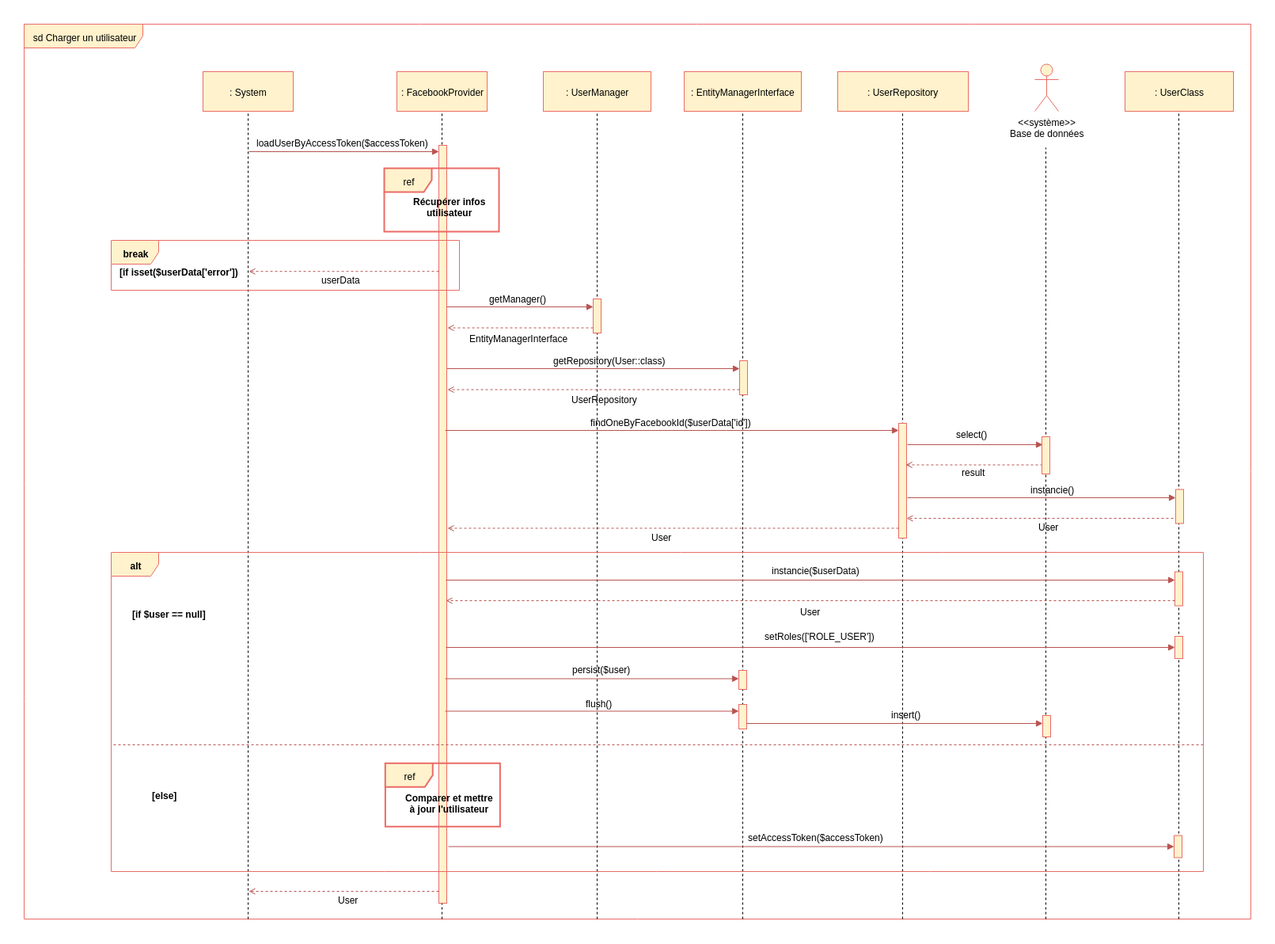
Earlier version of the draw.io export frontend/Diagrammes/Charger_un_utilisateur.png (Thibok/Bilemo). Source tidied: cells renumbered, new cells last; positions are measured from the earlier drawing's top-left corner, leaving out a move shared by most shapes.
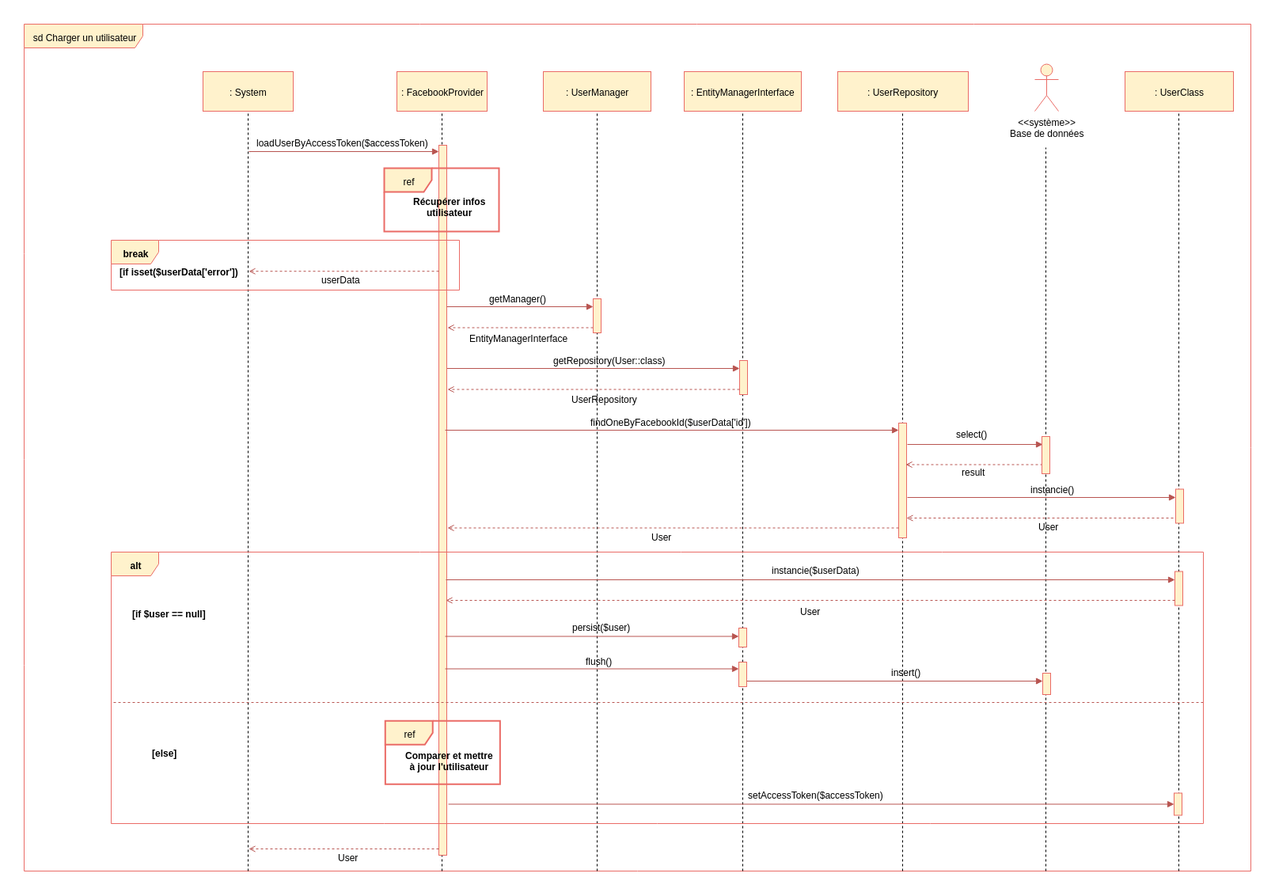
Above is the later version.

The edit, as a diff of the source:
```diff
@@ -3,7 +3,7 @@
     <mxCell id="0" />
     <mxCell id="1" parent="0" />
     <mxCell id="2" value="sd Charger un utilisateur&lt;br&gt;" style="shape=umlFrame;whiteSpace=wrap;html=1;width=150;height=30;fillColor=#fff2cc;strokeColor=#EA6B66;" parent="1" vertex="1">
-      <mxGeometry width="1550" height="1130" as="geometry" />
+      <mxGeometry width="1550" height="1070" as="geometry" />
     </mxCell>
     <mxCell id="3" style="endArrow=block;html=1;endFill=1;fillColor=#f8cecc;strokeColor=#b85450;entryX=0;entryY=0.372;entryPerimeter=0;entryDx=0;entryDy=0;" parent="1" edge="1">
       <mxGeometry relative="1" as="geometry">
@@ -13,7 +13,7 @@
     </mxCell>
     <mxCell id="4" style="endArrow=none;dashed=1;html=1;entryX=0.5;entryY=1;exitX=0.318;exitY=1.001;exitPerimeter=0;" parent="1" edge="1">
       <mxGeometry relative="1" as="geometry">
-        <mxPoint x="908" y="1130" as="sourcePoint" />
+        <mxPoint x="908" y="1070" as="sourcePoint" />
         <mxPoint x="908" y="99.8" as="targetPoint" />
       </mxGeometry>
     </mxCell>
@@ -25,31 +25,31 @@
     </mxCell>
     <mxCell id="6" style="endArrow=none;dashed=1;html=1;entryX=0.5;entryY=1;exitX=0.197;exitY=1.001;exitPerimeter=0;" parent="1" edge="1">
       <mxGeometry relative="1" as="geometry">
-        <mxPoint x="528" y="1130" as="sourcePoint" />
+        <mxPoint x="528" y="1070" as="sourcePoint" />
         <mxPoint x="528" y="106.3" as="targetPoint" />
       </mxGeometry>
     </mxCell>
     <mxCell id="7" style="endArrow=none;dashed=1;html=1;entryX=0.5;entryY=1;" parent="1" edge="1">
       <mxGeometry relative="1" as="geometry">
-        <mxPoint x="1459" y="1130" as="sourcePoint" />
+        <mxPoint x="1459" y="1070" as="sourcePoint" />
         <mxPoint x="1459" y="107.8" as="targetPoint" />
       </mxGeometry>
     </mxCell>
     <mxCell id="8" style="endArrow=none;dashed=1;html=1;entryX=0.5;entryY=1;exitX=0.318;exitY=1.001;exitPerimeter=0;" parent="1" edge="1">
       <mxGeometry relative="1" as="geometry">
-        <mxPoint x="724" y="1130" as="sourcePoint" />
+        <mxPoint x="724" y="1070" as="sourcePoint" />
         <mxPoint x="724" y="89.8" as="targetPoint" />
       </mxGeometry>
     </mxCell>
     <mxCell id="9" style="endArrow=none;dashed=1;html=1;entryX=0.5;entryY=1;exitX=0.379;exitY=1.001;exitPerimeter=0;" parent="1" edge="1">
       <mxGeometry relative="1" as="geometry">
-        <mxPoint x="1110" y="1130" as="sourcePoint" />
+        <mxPoint x="1110" y="1070" as="sourcePoint" />
         <mxPoint x="1110" y="87.8" as="targetPoint" />
       </mxGeometry>
     </mxCell>
     <mxCell id="10" style="endArrow=none;dashed=1;html=1;entryX=0.5;entryY=1;" parent="1" edge="1">
       <mxGeometry relative="1" as="geometry">
-        <mxPoint x="283" y="1130" as="sourcePoint" />
+        <mxPoint x="283" y="1070" as="sourcePoint" />
         <mxPoint x="283" y="102" as="targetPoint" />
       </mxGeometry>
     </mxCell>
@@ -57,7 +57,7 @@
       <mxGeometry x="471" y="60" width="114" height="50" as="geometry" />
     </mxCell>
     <mxCell id="12" style="html=1;perimeter=orthogonalPerimeter;fillColor=#fff2cc;strokeColor=#EA6B66;" parent="1" vertex="1">
-      <mxGeometry x="524" y="153" width="10" height="957" as="geometry" />
+      <mxGeometry x="524" y="153" width="10" height="897" as="geometry" />
     </mxCell>
     <mxCell id="13" value=": UserRepository" style="html=1;fillColor=#fff2cc;strokeColor=#EA6B66;" parent="1" vertex="1">
       <mxGeometry x="1028" y="60" width="165" height="50" as="geometry" />
@@ -73,7 +73,7 @@
     </mxCell>
     <mxCell id="16" style="endArrow=none;dashed=1;html=1;entryX=0.5;entryY=1;exitX=0.492;exitY=1.001;exitPerimeter=0;" parent="1" edge="1">
       <mxGeometry relative="1" as="geometry">
-        <mxPoint x="1291" y="1130" as="sourcePoint" />
+        <mxPoint x="1291" y="1070" as="sourcePoint" />
         <mxPoint x="1291" y="156" as="targetPoint" />
       </mxGeometry>
     </mxCell>
@@ -100,21 +100,21 @@
     </mxCell>
     <mxCell id="24" style="endArrow=block;html=1;endFill=1;fillColor=#f8cecc;strokeColor=#b85450;entryX=0.15;entryY=0.221;entryPerimeter=0;" parent="1" edge="1">
       <mxGeometry relative="1" as="geometry">
-        <mxPoint x="532" y="826.5" as="sourcePoint" />
-        <mxPoint x="903" y="826.5" as="targetPoint" />
+        <mxPoint x="532" y="773.5" as="sourcePoint" />
+        <mxPoint x="903" y="773.5" as="targetPoint" />
       </mxGeometry>
     </mxCell>
     <mxCell id="25" style="endArrow=open;html=1;endFill=0;fillColor=#f8cecc;strokeColor=#b85450;dashed=1;exitX=0.7;exitY=0.804;exitPerimeter=0;" parent="1" edge="1">
       <mxGeometry relative="1" as="geometry">
-        <mxPoint x="524" y="1095" as="sourcePoint" />
-        <mxPoint x="284" y="1095" as="targetPoint" />
+        <mxPoint x="524" y="1042" as="sourcePoint" />
+        <mxPoint x="284" y="1042" as="targetPoint" />
       </mxGeometry>
     </mxCell>
     <mxCell id="26" style="html=1;perimeter=orthogonalPerimeter;fillColor=#fff2cc;strokeColor=#EA6B66;" parent="1" vertex="1">
       <mxGeometry x="719" y="347" width="10" height="43" as="geometry" />
     </mxCell>
     <mxCell id="27" style="html=1;perimeter=orthogonalPerimeter;fillColor=#fff2cc;strokeColor=#EA6B66;" parent="1" vertex="1">
-      <mxGeometry x="1287" y="873" width="10" height="27" as="geometry" />
+      <mxGeometry x="1287" y="820" width="10" height="27" as="geometry" />
     </mxCell>
     <mxCell id="28" value="&amp;lt;&amp;lt;système&amp;gt;&amp;gt;&lt;br&gt;Base de données&lt;br&gt;" style="shape=umlActor;verticalLabelPosition=bottom;labelBackgroundColor=#ffffff;verticalAlign=top;html=1;fillColor=#fff2cc;strokeColor=#EA6B66;" parent="1" vertex="1">
       <mxGeometry x="1277" y="50" width="30" height="60" as="geometry" />
@@ -240,71 +240,59 @@
       <mxGeometry x="943.1" y="680.5" width="130" height="10" as="geometry" />
     </mxCell>
     <mxCell id="59" style="html=1;perimeter=orthogonalPerimeter;fillColor=#fff2cc;strokeColor=#EA6B66;" parent="1" vertex="1">
-      <mxGeometry x="903" y="816" width="10" height="24" as="geometry" />
+      <mxGeometry x="903" y="763" width="10" height="24" as="geometry" />
     </mxCell>
     <mxCell id="60" value="persist($user)" style="text;html=1;align=left;verticalAlign=top;spacingTop=-4;" parent="1" vertex="1">
-      <mxGeometry x="691" y="806" width="90" height="10" as="geometry" />
+      <mxGeometry x="691" y="753" width="90" height="10" as="geometry" />
     </mxCell>
     <mxCell id="61" style="endArrow=block;html=1;endFill=1;fillColor=#f8cecc;strokeColor=#b85450;entryX=0.15;entryY=0.221;entryPerimeter=0;" parent="1" edge="1">
       <mxGeometry relative="1" as="geometry">
-        <mxPoint x="532" y="867.5" as="sourcePoint" />
-        <mxPoint x="903" y="867.5" as="targetPoint" />
+        <mxPoint x="532" y="814.5" as="sourcePoint" />
+        <mxPoint x="903" y="814.5" as="targetPoint" />
       </mxGeometry>
     </mxCell>
     <mxCell id="62" style="html=1;perimeter=orthogonalPerimeter;fillColor=#fff2cc;strokeColor=#EA6B66;" parent="1" vertex="1">
-      <mxGeometry x="903" y="859" width="10" height="31" as="geometry" />
+      <mxGeometry x="903" y="806" width="10" height="31" as="geometry" />
     </mxCell>
     <mxCell id="63" value="flush()" style="text;html=1;align=left;verticalAlign=top;spacingTop=-4;" parent="1" vertex="1">
-      <mxGeometry x="708" y="848.5" width="50" height="10" as="geometry" />
+      <mxGeometry x="708" y="795.5" width="50" height="10" as="geometry" />
     </mxCell>
     <mxCell id="64" style="endArrow=block;html=1;endFill=1;fillColor=#f8cecc;strokeColor=#b85450;entryX=0.15;entryY=0.221;entryPerimeter=0;" parent="1" edge="1">
       <mxGeometry relative="1" as="geometry">
-        <mxPoint x="913" y="883" as="sourcePoint" />
-        <mxPoint x="1287" y="883" as="targetPoint" />
+        <mxPoint x="913" y="830" as="sourcePoint" />
+        <mxPoint x="1287" y="830" as="targetPoint" />
       </mxGeometry>
     </mxCell>
     <mxCell id="65" value="insert()" style="text;html=1;align=left;verticalAlign=top;spacingTop=-4;" parent="1" vertex="1">
-      <mxGeometry x="1094" y="863" width="50" height="20" as="geometry" />
+      <mxGeometry x="1094" y="810" width="50" height="20" as="geometry" />
     </mxCell>
     <mxCell id="66" style="endArrow=none;dashed=1;html=1;fillColor=#f8cecc;strokeColor=#b85450;exitX=1.002;exitY=0.401;exitDx=0;exitDy=0;exitPerimeter=0;entryX=-0.003;entryY=0.406;entryDx=0;entryDy=0;entryPerimeter=0;" parent="1" edge="1">
       <mxGeometry relative="1" as="geometry">
-        <mxPoint x="1490" y="910" as="sourcePoint" />
-        <mxPoint x="110" y="910" as="targetPoint" />
+        <mxPoint x="1490" y="857" as="sourcePoint" />
+        <mxPoint x="110" y="857" as="targetPoint" />
       </mxGeometry>
     </mxCell>
     <mxCell id="67" value="ref" style="shape=umlFrame;whiteSpace=wrap;html=1;fillColor=#fff2cc;strokeColor=#EA6B66;strokeWidth=2;" parent="1" vertex="1">
-      <mxGeometry x="456.4" y="933.2" width="145" height="80" as="geometry" />
+      <mxGeometry x="456.4" y="880.2" width="145" height="80" as="geometry" />
     </mxCell>
     <mxCell id="68" value="Comparer et mettre&lt;br&gt;à jour l'utilisateur&lt;br&gt;" style="text;html=1;align=center;verticalAlign=top;spacingTop=-4;fontStyle=1;" parent="1" vertex="1">
-      <mxGeometry x="477.4" y="968.2" width="120" height="30" as="geometry" />
+      <mxGeometry x="477.4" y="915.2" width="120" height="30" as="geometry" />
     </mxCell>
     <mxCell id="69" style="endArrow=block;html=1;endFill=1;fillColor=#f8cecc;strokeColor=#b85450;entryX=0.15;entryY=0.221;entryPerimeter=0;" parent="1" edge="1">
       <mxGeometry relative="1" as="geometry">
-        <mxPoint x="536" y="1038.5" as="sourcePoint" />
-        <mxPoint x="1453" y="1038.5" as="targetPoint" />
+        <mxPoint x="536" y="985.5" as="sourcePoint" />
+        <mxPoint x="1453" y="985.5" as="targetPoint" />
       </mxGeometry>
     </mxCell>
     <mxCell id="70" value="setAccessToken($accessToken)" style="text;html=1;align=left;verticalAlign=top;spacingTop=-4;" parent="1" vertex="1">
-      <mxGeometry x="912.8" y="1018" width="190" height="10" as="geometry" />
+      <mxGeometry x="912.8" y="965" width="190" height="10" as="geometry" />
     </mxCell>
     <mxCell id="71" value="User" style="text;html=1;align=left;verticalAlign=top;spacingTop=-4;" parent="1" vertex="1">
-      <mxGeometry x="395" y="1097" width="40" height="10" as="geometry" />
+      <mxGeometry x="395" y="1044" width="40" height="10" as="geometry" />
     </mxCell>
     <mxCell id="72" value="[else]" style="text;html=1;align=left;verticalAlign=top;spacingTop=-4;fontStyle=1;" parent="1" vertex="1">
-      <mxGeometry x="160" y="965" width="40" height="10" as="geometry" />
+      <mxGeometry x="160" y="912" width="40" height="10" as="geometry" />
     </mxCell>
-    <mxCell id="73" style="endArrow=block;html=1;endFill=1;fillColor=#f8cecc;strokeColor=#b85450;entryX=0;entryY=0.088;entryPerimeter=0;" parent="1" edge="1">
-      <mxGeometry relative="1" as="geometry">
-        <mxPoint x="533" y="787" as="sourcePoint" />
-        <mxPoint x="1454" y="787" as="targetPoint" />
-      </mxGeometry>
-    </mxCell>
-    <mxCell id="74" style="html=1;perimeter=orthogonalPerimeter;fillColor=#fff2cc;strokeColor=#EA6B66;" parent="1" vertex="1">
-      <mxGeometry x="1454" y="773" width="10" height="28" as="geometry" />
-    </mxCell>
-    <mxCell id="75" value="setRoles(['ROLE_USER'])" style="text;html=1;align=left;verticalAlign=top;spacingTop=-4;" parent="1" vertex="1">
-      <mxGeometry x="934.1" y="764" width="150" height="20" as="geometry" />
-    </mxCell>
     <mxCell id="76" style="endArrow=open;html=1;endFill=0;fillColor=#f8cecc;strokeColor=#b85450;dashed=1;exitX=0.7;exitY=0.804;exitPerimeter=0;" parent="1" edge="1">
       <mxGeometry relative="1" as="geometry">
         <mxPoint x="524" y="312.2" as="sourcePoint" />
@@ -312,10 +300,10 @@
       </mxGeometry>
     </mxCell>
     <mxCell id="77" style="html=1;perimeter=orthogonalPerimeter;fillColor=#fff2cc;strokeColor=#EA6B66;" parent="1" vertex="1">
-      <mxGeometry x="1453" y="1024.5" width="10" height="28" as="geometry" />
+      <mxGeometry x="1453" y="971.5" width="10" height="28" as="geometry" />
     </mxCell>
     <mxCell id="78" value="alt" style="shape=umlFrame;whiteSpace=wrap;html=1;fontColor=#000000;fillColor=#fff2cc;strokeColor=#EA6B66;fontStyle=1;" parent="1" vertex="1">
-      <mxGeometry x="110" y="667" width="1380" height="403" as="geometry" />
+      <mxGeometry x="110" y="667" width="1380" height="343" as="geometry" />
     </mxCell>
   </root>
 </mxGraphModel>
```
